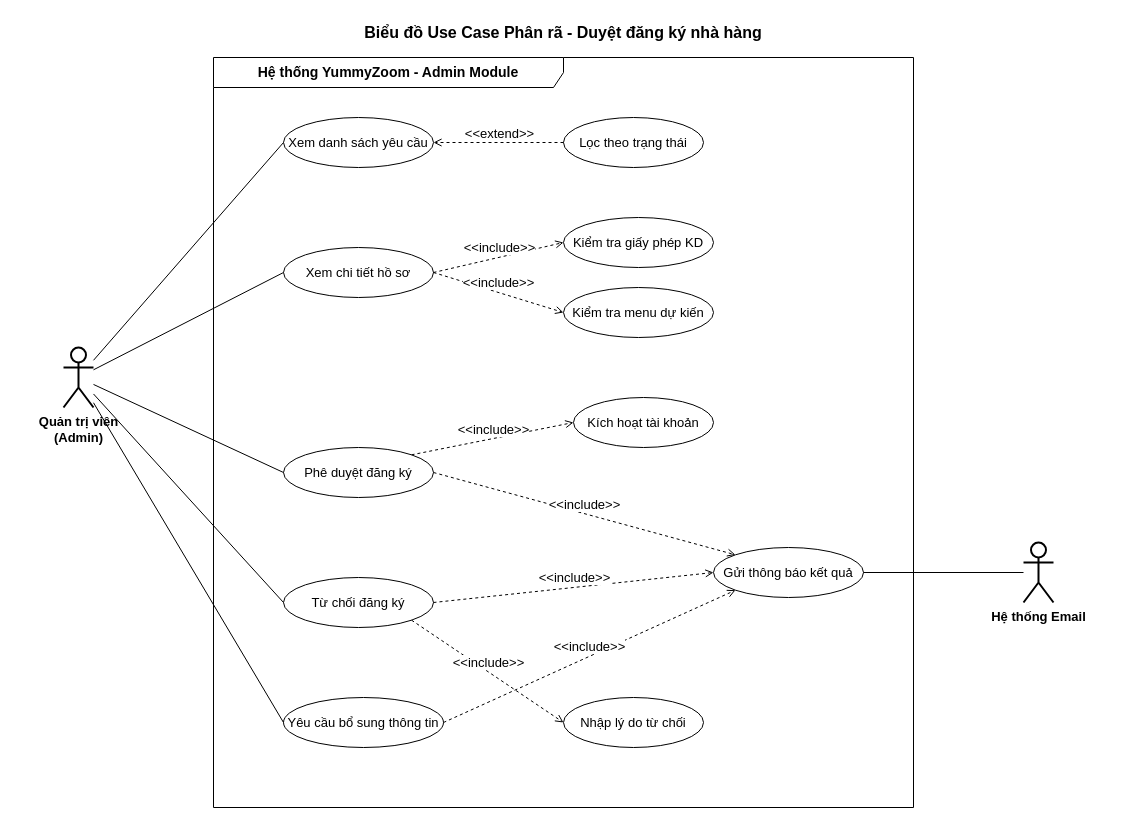
Before: report/res/diagrams/usecase_restaurant_approval_decomposition.drawio in hoangvu1420/YummyZoom, a draw.io diagram. Source tidied: cells renumbered, new cells numbered last; positions are measured from the earlier drawing's top-left corner, leaving out a move shared by most shapes. Both pictures are drawn from the tidied source at 100%, with x=0, y=0 at pixel (63, 17).
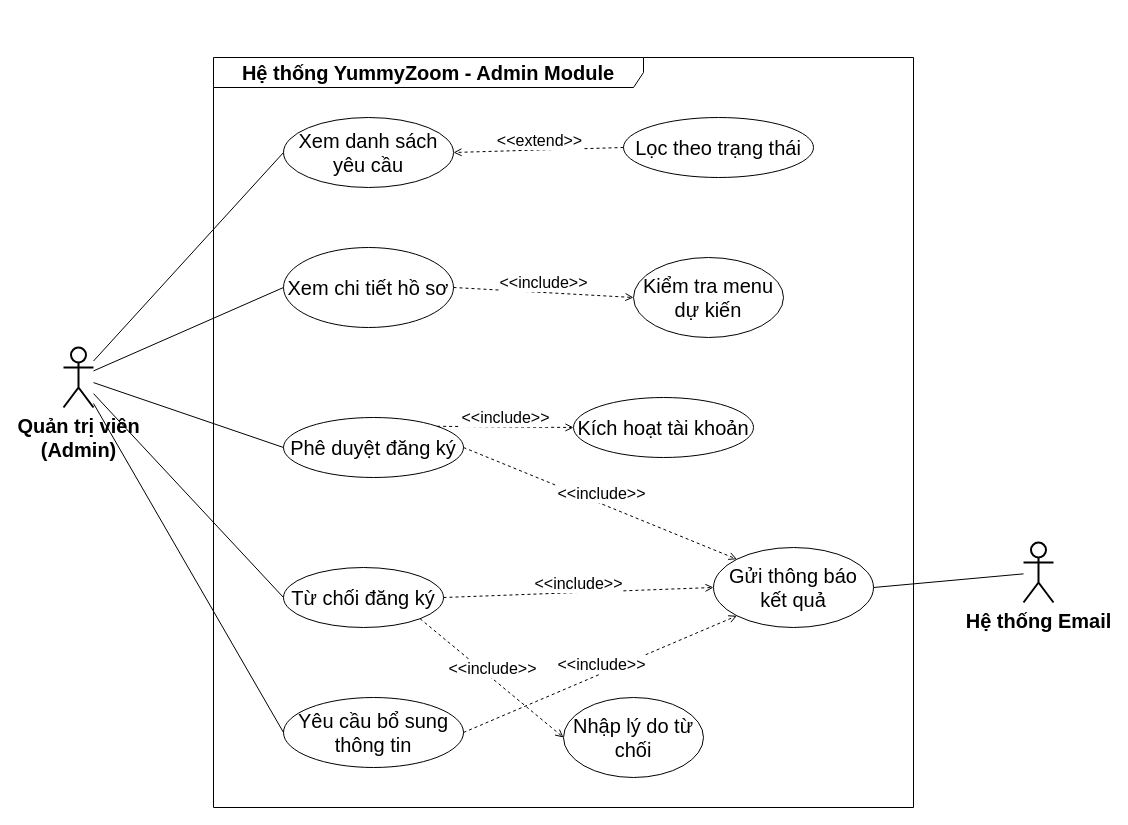
Above is the later version.

The edit, as a diff of the source:
```diff
@@
-    <mxCell id="2" value="Biểu đồ Use Case Phân rã - Duyệt đăng ký nhà hàng" style="text;strokeColor=none;align=center;fillColor=none;html=1;verticalAlign=middle;whiteSpace=wrap;rounded=0;fontSize=16;fontStyle=1;" parent="1" vertex="1">
-      <mxGeometry x="275" width="450" height="30" as="geometry" />
-    </mxCell>
-    <mxCell id="3" value="Hệ thống YummyZoom - Admin Module" style="shape=umlFrame;whiteSpace=wrap;html=1;width=350;height=30;fontSize=14;fontStyle=1;" parent="1" vertex="1">
+    <mxCell id="3" value="Hệ thống YummyZoom - Admin Module" style="shape=umlFrame;whiteSpace=wrap;html=1;width=430;height=30;fontSize=20;fontStyle=1;" parent="1" vertex="1">
       <mxGeometry x="150" y="40" width="700" height="750" as="geometry" />
     </mxCell>
-    <mxCell id="4" value="Quản trị viên&lt;div style=&quot;font-size: 13px;&quot;&gt;(Admin)&lt;/div&gt;" style="shape=umlActor;verticalLabelPosition=bottom;verticalAlign=top;html=1;outlineConnect=0;fontSize=13;fontStyle=1;strokeWidth=2;" parent="1" vertex="1">
+    <mxCell id="4" value="Quản trị viên&lt;div style=&quot;font-size: 20px;&quot;&gt;(Admin)&lt;/div&gt;" style="shape=umlActor;verticalLabelPosition=bottom;verticalAlign=top;html=1;outlineConnect=0;fontSize=20;fontStyle=1;strokeWidth=2;" parent="1" vertex="1">
       <mxGeometry y="330" width="30" height="60" as="geometry" />
     </mxCell>
-    <mxCell id="5" value="Hệ thống Email" style="shape=umlActor;verticalLabelPosition=bottom;verticalAlign=top;html=1;outlineConnect=0;fontSize=13;fontStyle=1;strokeWidth=2;" parent="1" vertex="1">
+    <mxCell id="5" value="Hệ thống Email" style="shape=umlActor;verticalLabelPosition=bottom;verticalAlign=top;html=1;outlineConnect=0;fontSize=20;fontStyle=1;strokeWidth=2;" parent="1" vertex="1">
       <mxGeometry x="960" y="525" width="30" height="60" as="geometry" />
     </mxCell>
-    <mxCell id="6" value="Xem danh sách yêu cầu" style="ellipse;whiteSpace=wrap;html=1;fontSize=13;" parent="1" vertex="1">
-      <mxGeometry x="220" y="100" width="150" height="50" as="geometry" />
+    <mxCell id="6" value="Xem danh sách yêu cầu" style="ellipse;whiteSpace=wrap;html=1;fontSize=20;" parent="1" vertex="1">
+      <mxGeometry x="220" y="100" width="170" height="70" as="geometry" />
     </mxCell>
-    <mxCell id="7" value="Xem chi tiết hồ sơ" style="ellipse;whiteSpace=wrap;html=1;fontSize=13;" parent="1" vertex="1">
-      <mxGeometry x="220" y="230" width="150" height="50" as="geometry" />
+    <mxCell id="7" value="Xem chi tiết hồ sơ" style="ellipse;whiteSpace=wrap;html=1;fontSize=20;" parent="1" vertex="1">
+      <mxGeometry x="220" y="230" width="170" height="80" as="geometry" />
     </mxCell>
-    <mxCell id="8" value="Phê duyệt đăng ký" style="ellipse;whiteSpace=wrap;html=1;fontSize=13;" parent="1" vertex="1">
-      <mxGeometry x="220" y="430" width="150" height="50" as="geometry" />
+    <mxCell id="8" value="Phê duyệt đăng ký" style="ellipse;whiteSpace=wrap;html=1;fontSize=20;" parent="1" vertex="1">
+      <mxGeometry x="220" y="400" width="180" height="60" as="geometry" />
     </mxCell>
-    <mxCell id="9" value="Từ chối đăng ký" style="ellipse;whiteSpace=wrap;html=1;fontSize=13;" parent="1" vertex="1">
-      <mxGeometry x="220" y="560" width="150" height="50" as="geometry" />
+    <mxCell id="9" value="Từ chối đăng ký" style="ellipse;whiteSpace=wrap;html=1;fontSize=20;" parent="1" vertex="1">
+      <mxGeometry x="220" y="550" width="160" height="60" as="geometry" />
     </mxCell>
-    <mxCell id="10" value="Yêu cầu bổ sung thông tin" style="ellipse;whiteSpace=wrap;html=1;fontSize=13;" parent="1" vertex="1">
-      <mxGeometry x="220" y="680" width="160" height="50" as="geometry" />
+    <mxCell id="10" value="Yêu cầu bổ sung thông tin" style="ellipse;whiteSpace=wrap;html=1;fontSize=20;" parent="1" vertex="1">
+      <mxGeometry x="220" y="680" width="180" height="70" as="geometry" />
     </mxCell>
-    <mxCell id="11" value="Lọc theo trạng thái" style="ellipse;whiteSpace=wrap;html=1;fontSize=13;" parent="1" vertex="1">
-      <mxGeometry x="500" y="100" width="140" height="50" as="geometry" />
+    <mxCell id="11" value="Lọc theo trạng thái" style="ellipse;whiteSpace=wrap;html=1;fontSize=20;" parent="1" vertex="1">
+      <mxGeometry x="560" y="100" width="190" height="60" as="geometry" />
     </mxCell>
-    <mxCell id="12" value="Kiểm tra giấy phép KD" style="ellipse;whiteSpace=wrap;html=1;fontSize=13;" parent="1" vertex="1">
-      <mxGeometry x="500" y="200" width="150" height="50" as="geometry" />
-    </mxCell>
-    <mxCell id="13" value="Kiểm tra menu dự kiến" style="ellipse;whiteSpace=wrap;html=1;fontSize=13;" parent="1" vertex="1">
-      <mxGeometry x="500" y="270" width="150" height="50" as="geometry" />
+    <mxCell id="13" value="Kiểm tra menu dự kiến" style="ellipse;whiteSpace=wrap;html=1;fontSize=20;" parent="1" vertex="1">
+      <mxGeometry x="570" y="240" width="150" height="80" as="geometry" />
     </mxCell>
-    <mxCell id="14" value="Kích hoạt tài khoản" style="ellipse;whiteSpace=wrap;html=1;fontSize=13;" parent="1" vertex="1">
-      <mxGeometry x="510" y="380" width="140" height="50" as="geometry" />
+    <mxCell id="14" value="Kích hoạt tài khoản" style="ellipse;whiteSpace=wrap;html=1;fontSize=20;" parent="1" vertex="1">
+      <mxGeometry x="510" y="380" width="180" height="60" as="geometry" />
     </mxCell>
-    <mxCell id="15" value="Nhập lý do từ chối" style="ellipse;whiteSpace=wrap;html=1;fontSize=13;" parent="1" vertex="1">
-      <mxGeometry x="500" y="680" width="140" height="50" as="geometry" />
+    <mxCell id="15" value="Nhập lý do từ chối" style="ellipse;whiteSpace=wrap;html=1;fontSize=20;" parent="1" vertex="1">
+      <mxGeometry x="500" y="680" width="140" height="80" as="geometry" />
     </mxCell>
-    <mxCell id="16" value="Gửi thông báo kết quả" style="ellipse;whiteSpace=wrap;html=1;fontSize=13;" parent="1" vertex="1">
-      <mxGeometry x="650" y="530" width="150" height="50" as="geometry" />
+    <mxCell id="16" value="Gửi thông báo kết quả" style="ellipse;whiteSpace=wrap;html=1;fontSize=20;" parent="1" vertex="1">
+      <mxGeometry x="650" y="530" width="160" height="80" as="geometry" />
     </mxCell>
-    <mxCell id="17" style="endArrow=none;html=1;rounded=0;entryX=0;entryY=0.5;entryDx=0;entryDy=0;" parent="1" edge="1" source="4" target="6">
+    <mxCell id="17" style="endArrow=none;html=1;rounded=0;entryX=0;entryY=0.5;entryDx=0;entryDy=0;fontSize=20;" parent="1" edge="1" source="4" target="6">
       <mxGeometry relative="1" as="geometry" />
     </mxCell>
-    <mxCell id="18" style="endArrow=none;html=1;rounded=0;entryX=0;entryY=0.5;entryDx=0;entryDy=0;" parent="1" edge="1" source="4" target="7">
+    <mxCell id="18" style="endArrow=none;html=1;rounded=0;entryX=0;entryY=0.5;entryDx=0;entryDy=0;fontSize=20;" parent="1" edge="1" source="4" target="7">
       <mxGeometry relative="1" as="geometry" />
     </mxCell>
-    <mxCell id="19" style="endArrow=none;html=1;rounded=0;entryX=0;entryY=0.5;entryDx=0;entryDy=0;" parent="1" edge="1" source="4" target="8">
+    <mxCell id="19" style="endArrow=none;html=1;rounded=0;entryX=0;entryY=0.5;entryDx=0;entryDy=0;fontSize=20;" parent="1" edge="1" source="4" target="8">
       <mxGeometry relative="1" as="geometry" />
     </mxCell>
-    <mxCell id="20" style="endArrow=none;html=1;rounded=0;entryX=0;entryY=0.5;entryDx=0;entryDy=0;" parent="1" edge="1" source="4" target="9">
+    <mxCell id="20" style="endArrow=none;html=1;rounded=0;entryX=0;entryY=0.5;entryDx=0;entryDy=0;fontSize=20;" parent="1" edge="1" source="4" target="9">
       <mxGeometry relative="1" as="geometry" />
     </mxCell>
-    <mxCell id="21" style="endArrow=none;html=1;rounded=0;entryX=0;entryY=0.5;entryDx=0;entryDy=0;" parent="1" edge="1" source="4" target="10">
+    <mxCell id="21" style="endArrow=none;html=1;rounded=0;entryX=0;entryY=0.5;entryDx=0;entryDy=0;fontSize=20;" parent="1" edge="1" source="4" target="10">
       <mxGeometry relative="1" as="geometry" />
     </mxCell>
-    <mxCell id="22" style="endArrow=none;html=1;rounded=0;exitX=1;exitY=0.5;exitDx=0;exitDy=0;" parent="1" edge="1" source="16" target="5">
+    <mxCell id="22" style="endArrow=none;html=1;rounded=0;exitX=1;exitY=0.5;exitDx=0;exitDy=0;fontSize=20;" parent="1" edge="1" source="16" target="5">
       <mxGeometry relative="1" as="geometry" />
     </mxCell>
-    <mxCell id="23" style="endArrow=open;dashed=1;html=1;rounded=0;exitX=0;exitY=0.5;exitDx=0;exitDy=0;entryX=1;entryY=0.5;entryDx=0;entryDy=0;fontSize=13;" parent="1" edge="1" source="11" target="6">
+    <mxCell id="23" style="endArrow=open;dashed=1;html=1;rounded=0;exitX=0;exitY=0.5;exitDx=0;exitDy=0;entryX=1;entryY=0.5;entryDx=0;entryDy=0;fontSize=20;" parent="1" edge="1" source="11" target="6">
       <mxGeometry relative="1" as="geometry" />
     </mxCell>
-    <mxCell id="24" value="&amp;lt;&amp;lt;extend&amp;gt;&amp;gt;" style="edgeLabel;html=1;align=center;verticalAlign=middle;fontSize=13;" parent="23" vertex="1">
+    <mxCell id="24" value="&amp;lt;&amp;lt;extend&amp;gt;&amp;gt;" style="edgeLabel;html=1;align=center;verticalAlign=middle;fontSize=16;" parent="23" vertex="1">
       <mxGeometry relative="1" as="geometry">
         <mxPoint y="-10" as="offset" />
       </mxGeometry>
     </mxCell>
-    <mxCell id="25" style="endArrow=open;dashed=1;html=1;rounded=0;exitX=1;exitY=0.5;exitDx=0;exitDy=0;entryX=0;entryY=0.5;entryDx=0;entryDy=0;fontSize=13;" parent="1" edge="1" source="7" target="12">
-      <mxGeometry relative="1" as="geometry" />
-    </mxCell>
-    <mxCell id="26" value="&amp;lt;&amp;lt;include&amp;gt;&amp;gt;" style="edgeLabel;html=1;align=center;verticalAlign=middle;fontSize=13;" parent="25" vertex="1">
-      <mxGeometry relative="1" as="geometry">
-        <mxPoint y="-10" as="offset" />
-      </mxGeometry>
-    </mxCell>
-    <mxCell id="27" style="endArrow=open;dashed=1;html=1;rounded=0;exitX=1;exitY=0.5;exitDx=0;exitDy=0;entryX=0;entryY=0.5;entryDx=0;entryDy=0;fontSize=13;" parent="1" edge="1" source="7" target="13">
+    <mxCell id="27" style="endArrow=open;dashed=1;html=1;rounded=0;exitX=1;exitY=0.5;exitDx=0;exitDy=0;entryX=0;entryY=0.5;entryDx=0;entryDy=0;fontSize=20;" parent="1" edge="1" source="7" target="13">
       <mxGeometry relative="1" as="geometry" />
     </mxCell>
-    <mxCell id="28" value="&amp;lt;&amp;lt;include&amp;gt;&amp;gt;" style="edgeLabel;html=1;align=center;verticalAlign=middle;fontSize=13;" parent="27" vertex="1">
+    <mxCell id="28" value="&amp;lt;&amp;lt;include&amp;gt;&amp;gt;" style="edgeLabel;html=1;align=center;verticalAlign=middle;fontSize=16;fontFamily=Helvetica;fontColor=default;labelBackgroundColor=default;fillColor=none;gradientColor=none;" parent="27" vertex="1">
       <mxGeometry relative="1" as="geometry">
         <mxPoint y="-10" as="offset" />
       </mxGeometry>
     </mxCell>
-    <mxCell id="29" style="endArrow=open;dashed=1;html=1;rounded=0;exitX=1;exitY=0;exitDx=0;exitDy=0;entryX=0;entryY=0.5;entryDx=0;entryDy=0;fontSize=13;" parent="1" edge="1" source="8" target="14">
+    <mxCell id="29" style="endArrow=open;dashed=1;html=1;rounded=0;exitX=1;exitY=0;exitDx=0;exitDy=0;entryX=0;entryY=0.5;entryDx=0;entryDy=0;fontSize=20;" parent="1" edge="1" source="8" target="14">
       <mxGeometry relative="1" as="geometry" />
     </mxCell>
-    <mxCell id="30" value="&amp;lt;&amp;lt;include&amp;gt;&amp;gt;" style="edgeLabel;html=1;align=center;verticalAlign=middle;fontSize=13;" parent="29" vertex="1">
+    <mxCell id="30" value="&amp;lt;&amp;lt;include&amp;gt;&amp;gt;" style="edgeLabel;html=1;align=center;verticalAlign=middle;fontSize=16;fontFamily=Helvetica;fontColor=default;labelBackgroundColor=default;fillColor=none;gradientColor=none;" parent="29" vertex="1">
       <mxGeometry relative="1" as="geometry">
         <mxPoint y="-10" as="offset" />
       </mxGeometry>
     </mxCell>
-    <mxCell id="31" style="endArrow=open;dashed=1;html=1;rounded=0;exitX=1;exitY=0.5;exitDx=0;exitDy=0;entryX=0;entryY=0;entryDx=0;entryDy=0;fontSize=13;" parent="1" edge="1" source="8" target="16">
+    <mxCell id="31" style="endArrow=open;dashed=1;html=1;rounded=0;exitX=1;exitY=0.5;exitDx=0;exitDy=0;entryX=0;entryY=0;entryDx=0;entryDy=0;fontSize=20;" parent="1" edge="1" source="8" target="16">
       <mxGeometry relative="1" as="geometry" />
     </mxCell>
-    <mxCell id="32" value="&amp;lt;&amp;lt;include&amp;gt;&amp;gt;" style="edgeLabel;html=1;align=center;verticalAlign=middle;fontSize=13;" parent="31" vertex="1">
+    <mxCell id="32" value="&amp;lt;&amp;lt;include&amp;gt;&amp;gt;" style="edgeLabel;html=1;align=center;verticalAlign=middle;fontSize=16;fontFamily=Helvetica;fontColor=default;labelBackgroundColor=default;fillColor=none;gradientColor=none;" parent="31" vertex="1">
       <mxGeometry relative="1" as="geometry">
         <mxPoint y="-10" as="offset" />
       </mxGeometry>
     </mxCell>
-    <mxCell id="33" style="endArrow=open;dashed=1;html=1;rounded=0;exitX=1;exitY=1;exitDx=0;exitDy=0;entryX=0;entryY=0.5;entryDx=0;entryDy=0;fontSize=13;" parent="1" edge="1" source="9" target="15">
+    <mxCell id="33" style="endArrow=open;dashed=1;html=1;rounded=0;exitX=1;exitY=1;exitDx=0;exitDy=0;entryX=0;entryY=0.5;entryDx=0;entryDy=0;fontSize=20;" parent="1" edge="1" source="9" target="15">
       <mxGeometry relative="1" as="geometry" />
     </mxCell>
-    <mxCell id="34" value="&amp;lt;&amp;lt;include&amp;gt;&amp;gt;" style="edgeLabel;html=1;align=center;verticalAlign=middle;fontSize=13;" parent="33" vertex="1">
+    <mxCell id="34" value="&amp;lt;&amp;lt;include&amp;gt;&amp;gt;" style="edgeLabel;html=1;align=center;verticalAlign=middle;fontSize=16;fontFamily=Helvetica;fontColor=default;labelBackgroundColor=default;fillColor=none;gradientColor=none;" parent="33" vertex="1">
       <mxGeometry relative="1" as="geometry">
         <mxPoint y="-10" as="offset" />
       </mxGeometry>
     </mxCell>
-    <mxCell id="35" style="endArrow=open;dashed=1;html=1;rounded=0;exitX=1;exitY=0.5;exitDx=0;exitDy=0;entryX=0;entryY=0.5;entryDx=0;entryDy=0;fontSize=13;" parent="1" edge="1" source="9" target="16">
+    <mxCell id="35" style="endArrow=open;dashed=1;html=1;rounded=0;exitX=1;exitY=0.5;exitDx=0;exitDy=0;entryX=0;entryY=0.5;entryDx=0;entryDy=0;fontSize=20;" parent="1" edge="1" source="9" target="16">
       <mxGeometry relative="1" as="geometry" />
     </mxCell>
-    <mxCell id="36" value="&amp;lt;&amp;lt;include&amp;gt;&amp;gt;" style="edgeLabel;html=1;align=center;verticalAlign=middle;fontSize=13;" parent="35" vertex="1">
+    <mxCell id="36" value="&amp;lt;&amp;lt;include&amp;gt;&amp;gt;" style="edgeLabel;html=1;align=center;verticalAlign=middle;fontSize=16;fontFamily=Helvetica;fontColor=default;labelBackgroundColor=default;fillColor=none;gradientColor=none;" parent="35" vertex="1">
       <mxGeometry relative="1" as="geometry">
         <mxPoint y="-10" as="offset" />
       </mxGeometry>
     </mxCell>
-    <mxCell id="37" style="endArrow=open;dashed=1;html=1;rounded=0;exitX=1;exitY=0.5;exitDx=0;exitDy=0;entryX=0;entryY=1;entryDx=0;entryDy=0;fontSize=13;" parent="1" edge="1" source="10" target="16">
+    <mxCell id="37" style="endArrow=open;dashed=1;html=1;rounded=0;exitX=1;exitY=0.5;exitDx=0;exitDy=0;entryX=0;entryY=1;entryDx=0;entryDy=0;fontSize=20;" parent="1" edge="1" source="10" target="16">
       <mxGeometry relative="1" as="geometry" />
     </mxCell>
-    <mxCell id="38" value="&amp;lt;&amp;lt;include&amp;gt;&amp;gt;" style="edgeLabel;html=1;align=center;verticalAlign=middle;fontSize=13;" parent="37" vertex="1">
+    <mxCell id="38" value="&amp;lt;&amp;lt;include&amp;gt;&amp;gt;" style="edgeLabel;html=1;align=center;verticalAlign=middle;fontSize=16;fontFamily=Helvetica;fontColor=default;labelBackgroundColor=default;fillColor=none;gradientColor=none;" parent="37" vertex="1">
       <mxGeometry relative="1" as="geometry">
         <mxPoint y="-10" as="offset" />
       </mxGeometry>
     </mxCell>
```
